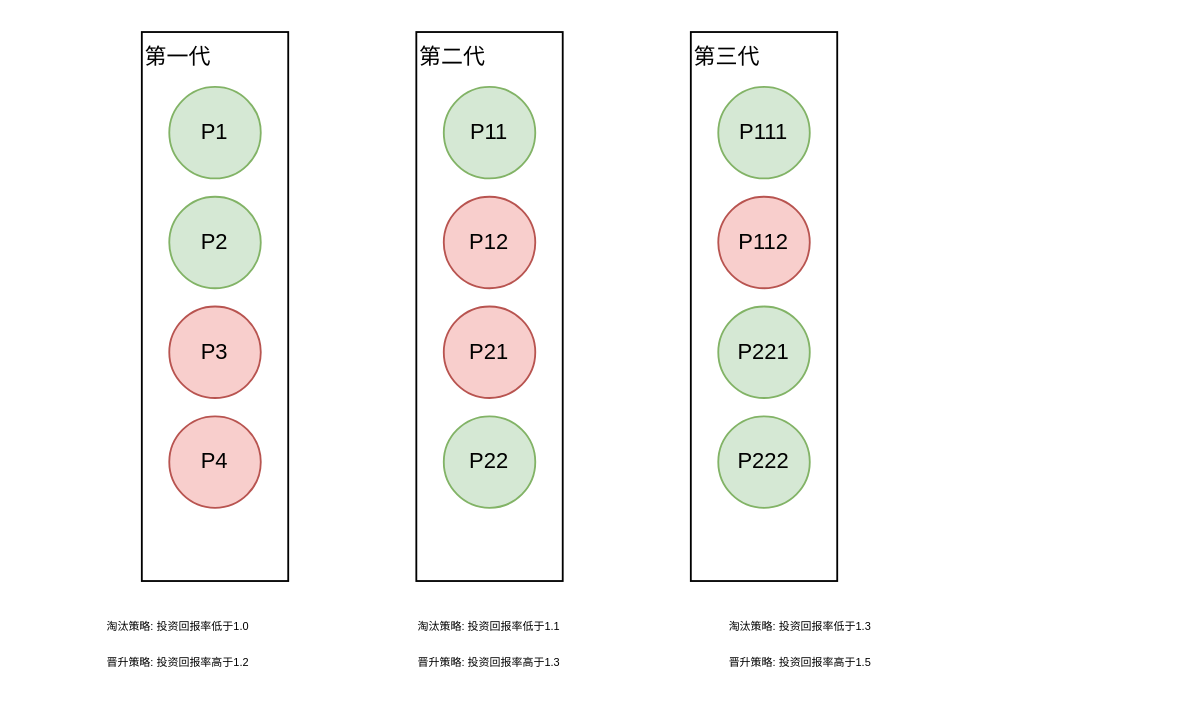
Before: 千川计划池.drawio in catface996/images, a draw.io diagram. Source tidied: cells renumbered, new cells numbered last; positions are measured from the earlier drawing's top-left corner, leaving out a move shared by most shapes. Both pictures are drawn from the tidied source at 183%, with x=0, y=0 at pixel (31, 31).
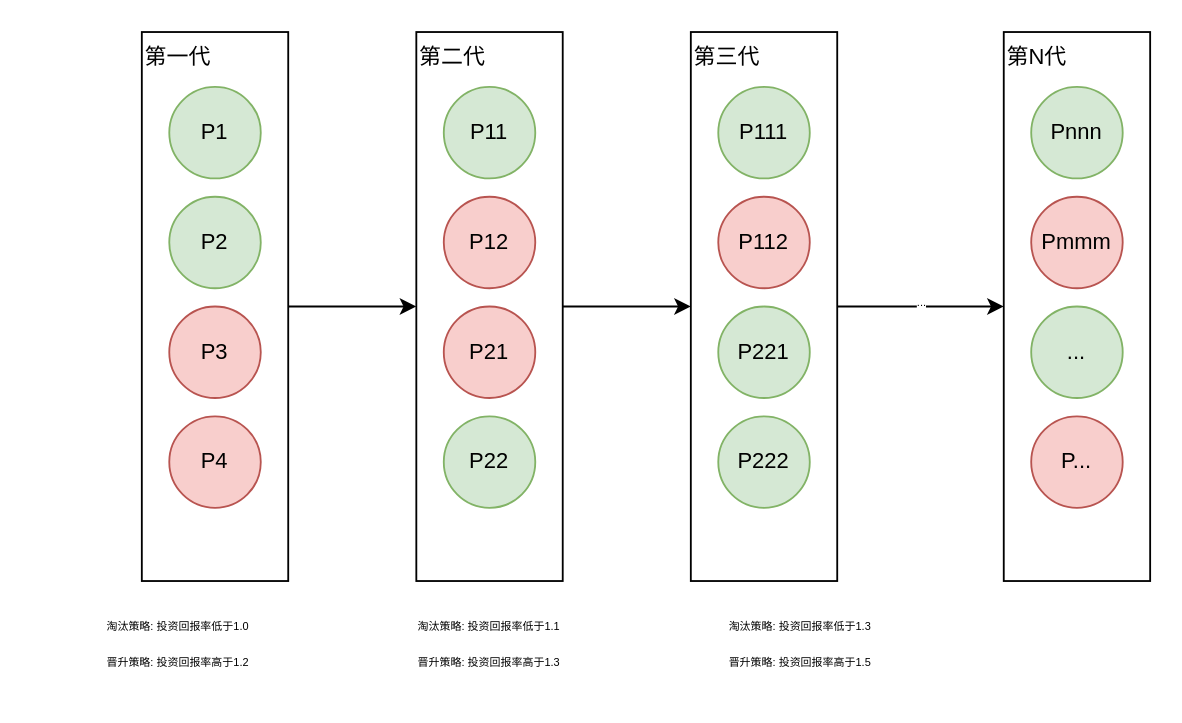
Above is the later version.

Commit message:
更新千川计划池.drawio

Unchanged cells that the change refers to:
```xml
<mxCell id="2" value="第一代" style="rounded=0;whiteSpace=wrap;html=1;align=left;verticalAlign=top;" parent="1" vertex="1">
  <mxGeometry x="60" width="80" height="300" as="geometry" />
</mxCell>
<mxCell id="9" value="第二代" style="rounded=0;whiteSpace=wrap;html=1;align=left;verticalAlign=top;" parent="1" vertex="1">
  <mxGeometry x="210" width="80" height="300" as="geometry" />
</mxCell>
<mxCell id="16" value="第三代" style="rounded=0;whiteSpace=wrap;html=1;align=left;verticalAlign=top;" parent="1" vertex="1">
  <mxGeometry x="360" width="80" height="300" as="geometry" />
</mxCell>
```

Diff of the diagram source:
```diff
@@
+    <mxCell id="23" style="edgeStyle=orthogonalEdgeStyle;rounded=0;jettySize=auto;html=1;entryX=0;entryY=0.5;entryDx=0;entryDy=0;fontSize=6;" parent="1" edge="1" source="2" target="9">
+      <mxGeometry relative="1" as="geometry" />
+    </mxCell>
@@
+    <mxCell id="24" style="edgeStyle=orthogonalEdgeStyle;rounded=0;jettySize=auto;html=1;entryX=0;entryY=0.5;entryDx=0;entryDy=0;fontSize=6;" parent="1" edge="1" source="9" target="16">
+      <mxGeometry relative="1" as="geometry" />
+    </mxCell>
@@
+    <mxCell id="25" style="edgeStyle=orthogonalEdgeStyle;rounded=0;jettySize=auto;html=1;fontSize=6;entryX=0;entryY=0.5;entryDx=0;entryDy=0;" parent="1" edge="1" source="16" target="27">
+      <mxGeometry relative="1" as="geometry" />
+    </mxCell>
+    <mxCell id="26" value="..." style="edgeLabel;html=1;align=center;verticalAlign=middle;fontSize=6;" parent="25" vertex="1">
+      <mxGeometry x="0.18" y="2" relative="1" as="geometry">
+        <mxPoint x="-9" y="-1" as="offset" />
+      </mxGeometry>
+    </mxCell>
@@
+    <mxCell id="27" value="第N代" style="rounded=0;whiteSpace=wrap;html=1;align=left;verticalAlign=top;" parent="1" vertex="1">
+      <mxGeometry x="531" width="80" height="300" as="geometry" />
+    </mxCell>
+    <mxCell id="28" value="Pnnn" style="ellipse;whiteSpace=wrap;html=1;fillColor=#d5e8d4;strokeColor=#82b366;" parent="1" vertex="1">
+      <mxGeometry x="546" y="30" width="50" height="50" as="geometry" />
+    </mxCell>
+    <mxCell id="29" value="..." style="ellipse;whiteSpace=wrap;html=1;fillColor=#d5e8d4;strokeColor=#82b366;" parent="1" vertex="1">
+      <mxGeometry x="546" y="150" width="50" height="50" as="geometry" />
+    </mxCell>
+    <mxCell id="30" value="P..." style="ellipse;whiteSpace=wrap;html=1;fillColor=#f8cecc;strokeColor=#b85450;" parent="1" vertex="1">
+      <mxGeometry x="546" y="210" width="50" height="50" as="geometry" />
+    </mxCell>
+    <mxCell id="31" value="Pmmm" style="ellipse;whiteSpace=wrap;html=1;fillColor=#f8cecc;strokeColor=#b85450;" parent="1" vertex="1">
+      <mxGeometry x="546" y="90" width="50" height="50" as="geometry" />
+    </mxCell>
```
